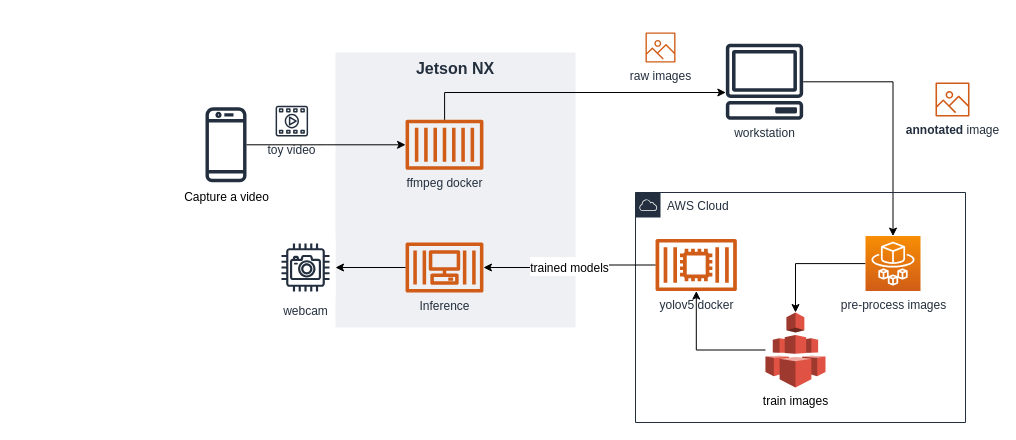
The draw.io diagram references/overall_arch_cloud.drawio in toylocator/toylocator, before the edit. Source tidied: cells renumbered, new cells numbered last; positions are measured from the earlier drawing's top-left corner, leaving out a move shared by most shapes. Both pictures are drawn from the tidied source at 100%, with x=0, y=0 at pixel (205, 17).
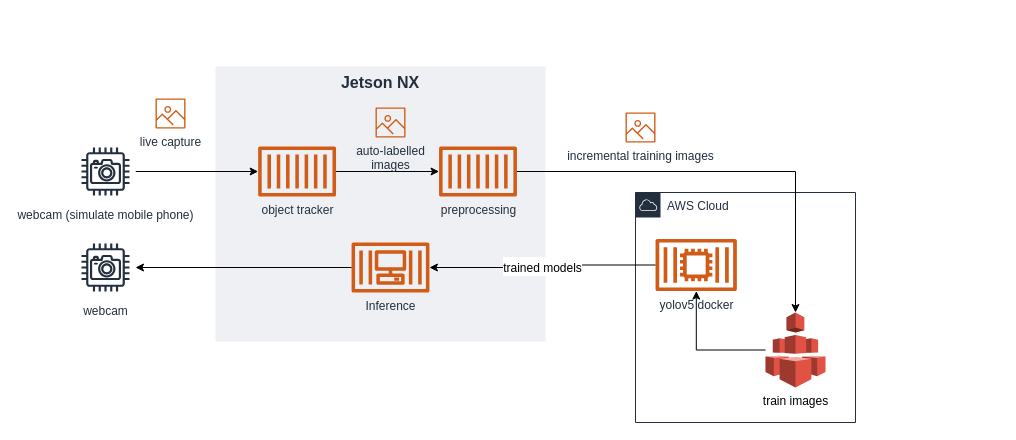
Above is the later version.

The change refers to these unchanged cells:
```xml
<mxCell id="17" value="train images" style="outlineConnect=0;dashed=0;verticalLabelPosition=bottom;verticalAlign=top;align=center;html=1;shape=mxgraph.aws3.efs;fillColor=#E05243;gradientColor=none;" parent="1" vertex="1">
  <mxGeometry x="560" y="295" width="60" height="75" as="geometry" />
</mxCell>
```

Diff of the diagram source:
```diff
@@
     <mxCell id="2" style="group;" parent="1" vertex="1">
-      <mxGeometry x="130" width="240" height="280" as="geometry" />
+      <mxGeometry x="10" y="14" width="330" height="280" as="geometry" />
     </mxCell>
     <mxCell id="3" style="group;" parent="2" vertex="1">
-      <mxGeometry width="240" height="280" as="geometry" />
+      <mxGeometry width="330" height="280" as="geometry" />
     </mxCell>
     <mxCell id="4" value="Jetson NX" style="fillColor=#EFF0F3;strokeColor=none;dashed=0;verticalAlign=top;fontStyle=1;fontColor=#232F3D;fontSize=16;" parent="3" vertex="1">
-      <mxGeometry y="35" width="240" height="275" as="geometry" />
+      <mxGeometry y="35" width="330" height="275" as="geometry" />
     </mxCell>
-    <mxCell id="5" value="ffmpeg docker" style="outlineConnect=0;fontColor=#232F3E;gradientColor=none;fillColor=#D05C17;strokeColor=none;dashed=0;verticalLabelPosition=bottom;verticalAlign=top;align=center;html=1;fontSize=12;fontStyle=0;shape=mxgraph.aws4.container_1;" parent="3" vertex="1">
-      <mxGeometry x="70" y="102.3" width="78" height="50" as="geometry" />
+    <mxCell id="5" value="object tracker" style="outlineConnect=0;fontColor=#232F3E;gradientColor=none;fillColor=#D05C17;strokeColor=none;dashed=0;verticalLabelPosition=bottom;verticalAlign=top;align=center;html=1;fontSize=12;fontStyle=0;shape=mxgraph.aws4.container_1;" parent="3" vertex="1">
+      <mxGeometry x="42.6" y="115" width="78" height="50" as="geometry" />
     </mxCell>
     <mxCell id="6" value="Inference" style="outlineConnect=0;fontColor=#232F3E;gradientColor=none;fillColor=#D05C17;strokeColor=none;dashed=0;verticalLabelPosition=bottom;verticalAlign=top;align=center;html=1;fontSize=12;fontStyle=0;shape=mxgraph.aws4.container_3;" parent="3" vertex="1">
-      <mxGeometry x="70" y="225" width="78" height="50" as="geometry" />
+      <mxGeometry x="136" y="211" width="78" height="50" as="geometry" />
     </mxCell>
+    <mxCell id="24" value="preprocessing" style="outlineConnect=0;fontColor=#232F3E;gradientColor=none;fillColor=#D05C17;strokeColor=none;dashed=0;verticalLabelPosition=bottom;verticalAlign=top;align=center;html=1;fontSize=12;fontStyle=0;shape=mxgraph.aws4.container_1;" parent="3" vertex="1">
+      <mxGeometry x="223.5" y="115" width="78" height="50" as="geometry" />
+    </mxCell>
-    <mxCell id="7" style="edgeStyle=orthogonalEdgeStyle;rounded=0;jettySize=auto;html=1;" parent="1" edge="1" source="5" target="9">
-      <mxGeometry relative="1" as="geometry">
-        <Array as="points">
-          <mxPoint x="239" y="75" />
-        </Array>
-      </mxGeometry>
+    <mxCell id="7" style="edgeStyle=orthogonalEdgeStyle;rounded=0;jettySize=auto;html=1;" parent="3" edge="1" source="5" target="24">
+      <mxGeometry relative="1" as="geometry" />
     </mxCell>
-    <mxCell id="8" value="&lt;span style=&quot;color: rgb(0 , 0 , 0)&quot;&gt;Capture a video&lt;/span&gt;" style="outlineConnect=0;fontColor=#232F3E;gradientColor=none;fillColor=#232F3E;strokeColor=none;dashed=0;verticalLabelPosition=bottom;verticalAlign=top;align=center;html=1;fontSize=12;fontStyle=0;shape=mxgraph.aws4.mobile_client;" parent="1" vertex="1">
-      <mxGeometry y="88.3" width="41" height="78" as="geometry" />
-    </mxCell>
-    <mxCell id="9" value="workstation" style="outlineConnect=0;fontColor=#232F3E;gradientColor=none;fillColor=#232F3E;strokeColor=none;dashed=0;verticalLabelPosition=bottom;verticalAlign=top;align=center;html=1;fontSize=12;fontStyle=0;shape=mxgraph.aws4.client;" parent="1" vertex="1">
-      <mxGeometry x="520" y="26.3" width="78" height="76" as="geometry" />
-    </mxCell>
-    <mxCell id="10" value="toy video" style="fontColor=#232F3E;gradientColor=none;fillColor=#232F3E;strokeColor=none;dashed=0;verticalLabelPosition=bottom;verticalAlign=top;align=center;html=1;fontSize=12;fontStyle=0;shape=mxgraph.aws4.multimedia;" parent="1" vertex="1">
-      <mxGeometry x="70" y="88.3" width="32.7" height="30.6" as="geometry" />
-    </mxCell>
+    <mxCell id="25" value="auto-labelled &lt;br&gt;images" style="fontColor=#232F3E;gradientColor=none;fillColor=#D05C17;strokeColor=none;dashed=0;verticalLabelPosition=bottom;verticalAlign=top;align=center;html=1;fontSize=12;fontStyle=0;shape=mxgraph.aws4.container_registry_image;" parent="3" vertex="1">
+      <mxGeometry x="160" y="76" width="30" height="30" as="geometry" />
+    </mxCell>
-    <mxCell id="11" style="edgeStyle=orthogonalEdgeStyle;rounded=0;jettySize=auto;html=1;" parent="1" edge="1" source="8" target="5">
+    <mxCell id="11" style="edgeStyle=orthogonalEdgeStyle;rounded=0;jettySize=auto;html=1;" parent="1" edge="1" source="26" target="5">
       <mxGeometry relative="1" as="geometry" />
     </mxCell>
-    <mxCell id="12" style="edgeStyle=orthogonalEdgeStyle;rounded=0;jettySize=auto;html=1;" parent="1" edge="1" source="9" target="23">
-      <mxGeometry relative="1" as="geometry" />
-    </mxCell>
     <mxCell id="13" value="AWS Cloud" style="gradientColor=none;html=1;whiteSpace=wrap;fontSize=12;fontStyle=0;shape=mxgraph.aws4.group;grIcon=mxgraph.aws4.group_aws_cloud;strokeColor=#232F3E;fillColor=none;verticalAlign=top;align=left;spacingLeft=30;fontColor=#232F3E;dashed=0;" parent="1" vertex="1">
-      <mxGeometry x="430" y="175" width="330" height="230" as="geometry" />
+      <mxGeometry x="430" y="175" width="220" height="230" as="geometry" />
     </mxCell>
@@
     <mxCell id="18" value="webcam" style="outlineConnect=0;fontColor=#232F3E;gradientColor=none;strokeColor=#232F3E;fillColor=#ffffff;dashed=0;verticalLabelPosition=bottom;verticalAlign=top;align=center;html=1;fontSize=12;fontStyle=0;shape=mxgraph.aws4.resourceIcon;resIcon=mxgraph.aws4.camera;" parent="1" vertex="1">
-      <mxGeometry x="70" y="220" width="60" height="60" as="geometry" />
+      <mxGeometry x="-130" y="220" width="60" height="60" as="geometry" />
     </mxCell>
@@
-    <mxCell id="20" value="raw images" style="fontColor=#232F3E;gradientColor=none;fillColor=#D05C17;strokeColor=none;dashed=0;verticalLabelPosition=bottom;verticalAlign=top;align=center;html=1;fontSize=12;fontStyle=0;shape=mxgraph.aws4.container_registry_image;" parent="1" vertex="1">
-      <mxGeometry x="440" y="15" width="30" height="30" as="geometry" />
-    </mxCell>
-    <mxCell id="21" value="&lt;b&gt;annotated&lt;/b&gt; image" style="fontColor=#232F3E;gradientColor=none;fillColor=#D05C17;strokeColor=none;dashed=0;verticalLabelPosition=bottom;verticalAlign=top;align=center;html=1;fontSize=12;fontStyle=0;shape=mxgraph.aws4.container_registry_image;" parent="1" vertex="1">
-      <mxGeometry x="730" y="65" width="34" height="34" as="geometry" />
-    </mxCell>
-    <mxCell id="22" style="edgeStyle=orthogonalEdgeStyle;rounded=0;jettySize=auto;html=1;" parent="1" edge="1" source="23" target="17">
+    <mxCell id="22" style="edgeStyle=orthogonalEdgeStyle;rounded=0;jettySize=auto;html=1;" parent="1" edge="1" source="24" target="17">
       <mxGeometry relative="1" as="geometry" />
     </mxCell>
-    <mxCell id="23" value="pre-process images" style="outlineConnect=0;fontColor=#232F3E;gradientColor=#F78E04;gradientDirection=north;fillColor=#D05C17;strokeColor=#ffffff;dashed=0;verticalLabelPosition=bottom;verticalAlign=top;align=center;html=1;fontSize=12;fontStyle=0;shape=mxgraph.aws4.resourceIcon;resIcon=mxgraph.aws4.fargate;" parent="1" vertex="1">
-      <mxGeometry x="660" y="218.6" width="55" height="55" as="geometry" />
-    </mxCell>
+    <mxCell id="26" value="webcam (simulate mobile phone)" style="outlineConnect=0;fontColor=#232F3E;gradientColor=none;strokeColor=#232F3E;fillColor=#ffffff;dashed=0;verticalLabelPosition=bottom;verticalAlign=top;align=center;html=1;fontSize=12;fontStyle=0;shape=mxgraph.aws4.resourceIcon;resIcon=mxgraph.aws4.camera;" parent="1" vertex="1">
+      <mxGeometry x="-130" y="124" width="60" height="60" as="geometry" />
+    </mxCell>
+    <mxCell id="27" value="live capture" style="fontColor=#232F3E;gradientColor=none;fillColor=#D05C17;strokeColor=none;dashed=0;verticalLabelPosition=bottom;verticalAlign=top;align=center;html=1;fontSize=12;fontStyle=0;shape=mxgraph.aws4.container_registry_image;" parent="1" vertex="1">
+      <mxGeometry x="-50" y="81" width="30" height="30" as="geometry" />
+    </mxCell>
+    <mxCell id="28" value="incremental training images" style="fontColor=#232F3E;gradientColor=none;fillColor=#D05C17;strokeColor=none;dashed=0;verticalLabelPosition=bottom;verticalAlign=top;align=center;html=1;fontSize=12;fontStyle=0;shape=mxgraph.aws4.container_registry_image;" parent="1" vertex="1">
+      <mxGeometry x="420" y="95" width="30" height="30" as="geometry" />
+    </mxCell>
```
